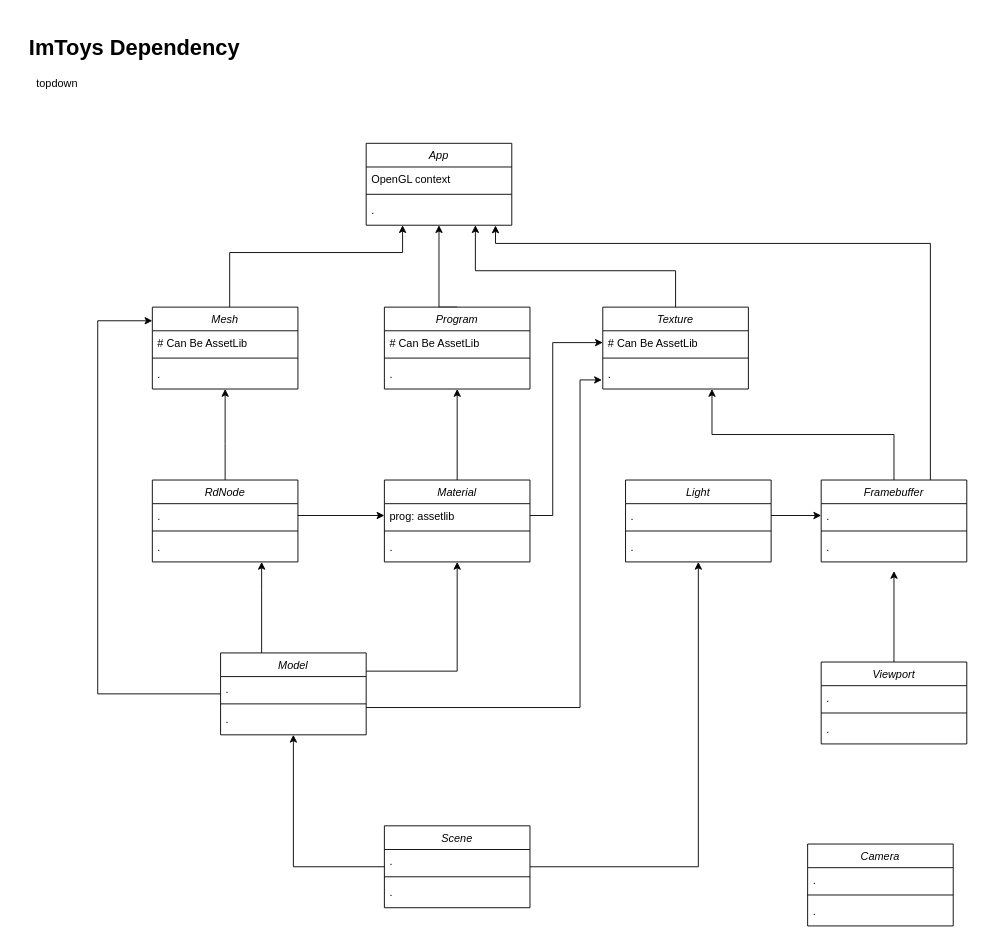
imdongye/imtoys keeps this draw.io diagram as page "Dependency" (1 of 3) of limbrary/diagram.drawio. Above is the earlier version. Source tidied: cells renumbered, new cells numbered last; positions are measured from the earlier drawing's top-left corner, leaving out a move shared by most shapes. Both pictures are drawn from the tidied source at 91%, with x=0, y=0 at pixel (15, 15).
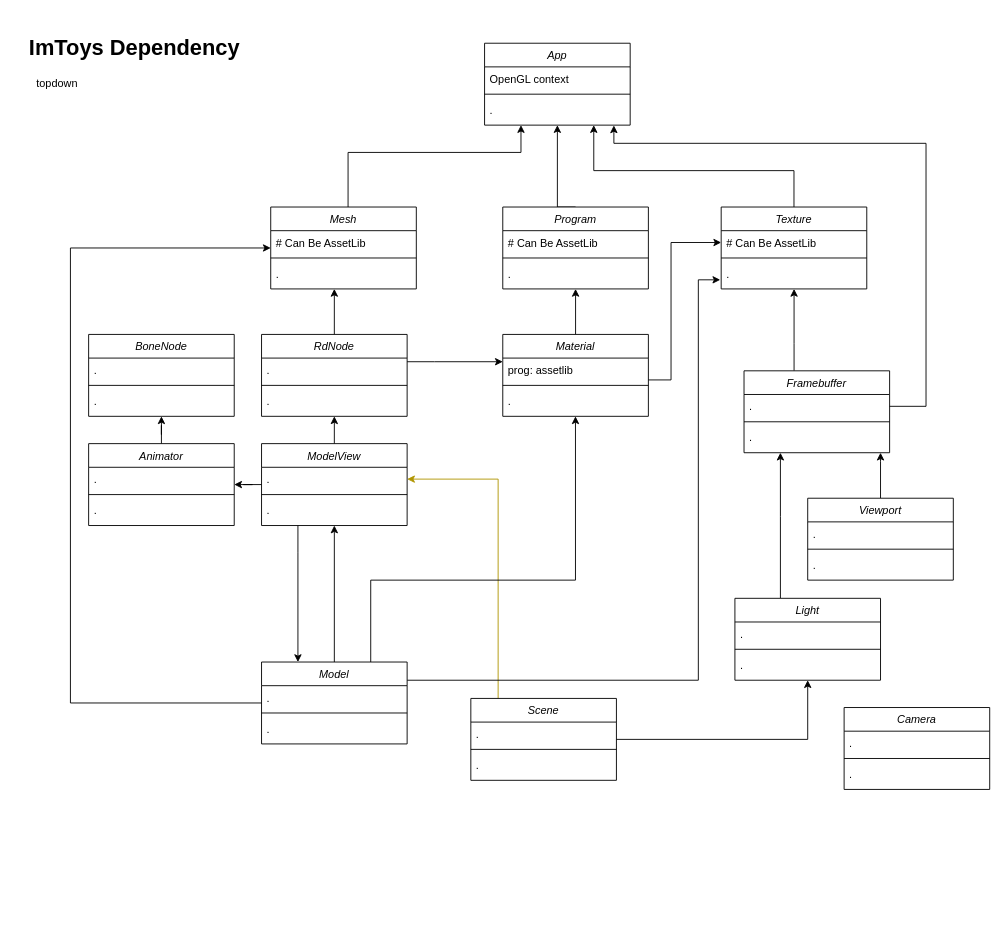
After the change.

The change refers to these unchanged cells:
```xml
<mxCell id="14" value="." style="text;align=left;verticalAlign=top;spacingLeft=4;spacingRight=4;overflow=hidden;points=[[0,0.5],[1,0.5]];portConstraint=eastwest;" parent="13" vertex="1">
  <mxGeometry y="26" width="160" height="26" as="geometry" />
</mxCell>
<mxCell id="19" value="# Can Be AssetLib" style="text;align=left;verticalAlign=top;spacingLeft=4;spacingRight=4;overflow=hidden;points=[[0,0.5],[1,0.5]];portConstraint=eastwest;" parent="18" vertex="1">
  <mxGeometry y="26" width="160" height="26" as="geometry" />
</mxCell>
<mxCell id="24" value="prog: assetlib" style="text;align=left;verticalAlign=top;spacingLeft=4;spacingRight=4;overflow=hidden;points=[[0,0.5],[1,0.5]];portConstraint=eastwest;" parent="23" vertex="1">
  <mxGeometry y="26" width="160" height="26" as="geometry" />
</mxCell>
<mxCell id="30" value="." style="text;align=left;verticalAlign=top;spacingLeft=4;spacingRight=4;overflow=hidden;points=[[0,0.5],[1,0.5]];portConstraint=eastwest;" parent="27" vertex="1">
  <mxGeometry y="60" width="160" height="26" as="geometry" />
</mxCell>
<mxCell id="32" value="." style="text;align=left;verticalAlign=top;spacingLeft=4;spacingRight=4;overflow=hidden;points=[[0,0.5],[1,0.5]];portConstraint=eastwest;" parent="31" vertex="1">
  <mxGeometry y="26" width="160" height="26" as="geometry" />
</mxCell>
<mxCell id="39" value="." style="text;align=left;verticalAlign=top;spacingLeft=4;spacingRight=4;overflow=hidden;points=[[0,0.5],[1,0.5]];portConstraint=eastwest;" parent="38" vertex="1">
  <mxGeometry y="26" width="160" height="26" as="geometry" />
</mxCell>
<mxCell id="41" value="." style="text;align=left;verticalAlign=top;spacingLeft=4;spacingRight=4;overflow=hidden;points=[[0,0.5],[1,0.5]];portConstraint=eastwest;" parent="38" vertex="1">
  <mxGeometry y="60" width="160" height="26" as="geometry" />
</mxCell>
<mxCell id="44" value="." style="text;align=left;verticalAlign=top;spacingLeft=4;spacingRight=4;overflow=hidden;points=[[0,0.5],[1,0.5]];portConstraint=eastwest;" parent="43" vertex="1">
  <mxGeometry y="26" width="160" height="26" as="geometry" />
</mxCell>
```

Diff of the diagram source:
```diff
@@
     <mxCell id="2" style="edgeStyle=orthogonalEdgeStyle;rounded=0;jettySize=auto;html=1;exitX=0.5;exitY=0;exitDx=0;exitDy=0;entryX=0.5;entryY=1;entryDx=0;entryDy=0;" parent="1" edge="1" source="3" target="27">
       <mxGeometry relative="1" as="geometry">
         <Array as="points">
-          <mxPoint x="464.9" y="320" />
+          <mxPoint x="595" y="210" />
         </Array>
       </mxGeometry>
     </mxCell>
     <mxCell id="3" value="Program" style="swimlane;fontStyle=2;align=center;verticalAlign=top;horizontal=1;startSize=26;rounded=0;shadow=0;strokeWidth=1;" parent="1" vertex="1">
-      <mxGeometry x="404.9" y="320" width="160" height="90" as="geometry" />
+      <mxGeometry x="535" y="210" width="160" height="90" as="geometry" />
     </mxCell>
@@
     <mxCell id="7" style="edgeStyle=orthogonalEdgeStyle;rounded=0;jettySize=auto;html=1;entryX=0.25;entryY=1;entryDx=0;entryDy=0;" parent="1" edge="1" source="8" target="27">
       <mxGeometry relative="1" as="geometry">
         <Array as="points">
-          <mxPoint x="234.9" y="260" />
-          <mxPoint x="424.9" y="260" />
+          <mxPoint x="365" y="150" />
+          <mxPoint x="555" y="150" />
         </Array>
       </mxGeometry>
     </mxCell>
     <mxCell id="8" value="Mesh" style="swimlane;fontStyle=2;align=center;verticalAlign=top;horizontal=1;startSize=26;rounded=0;shadow=0;strokeWidth=1;" parent="1" vertex="1">
-      <mxGeometry x="149.9" y="320" width="160" height="90" as="geometry" />
+      <mxGeometry x="280" y="210" width="160" height="90" as="geometry" />
     </mxCell>
@@
-    <mxCell id="12" style="edgeStyle=orthogonalEdgeStyle;rounded=0;jettySize=auto;html=1;exitX=0.5;exitY=0;exitDx=0;exitDy=0;entryX=0.75;entryY=1;entryDx=0;entryDy=0;" parent="1" edge="1" source="13" target="18">
-      <mxGeometry relative="1" as="geometry" />
+    <mxCell id="12" style="edgeStyle=orthogonalEdgeStyle;rounded=0;jettySize=auto;html=1;" parent="1" edge="1" source="13" target="18">
+      <mxGeometry relative="1" as="geometry">
+        <Array as="points">
+          <mxPoint x="855.1" y="360" />
+          <mxPoint x="855.1" y="360" />
+        </Array>
+      </mxGeometry>
     </mxCell>
     <mxCell id="13" value="Framebuffer" style="swimlane;fontStyle=2;align=center;verticalAlign=top;horizontal=1;startSize=26;rounded=0;shadow=0;strokeWidth=1;" parent="1" vertex="1">
-      <mxGeometry x="884.9" y="510" width="160" height="90" as="geometry" />
+      <mxGeometry x="800.1" y="390" width="160" height="90" as="geometry" />
     </mxCell>
@@
     <mxCell id="17" style="edgeStyle=orthogonalEdgeStyle;rounded=0;jettySize=auto;html=1;entryX=0.75;entryY=1;entryDx=0;entryDy=0;" parent="1" edge="1" source="18" target="27">
       <mxGeometry relative="1" as="geometry">
         <Array as="points">
-          <mxPoint x="724.9" y="280" />
-          <mxPoint x="504.9" y="280" />
+          <mxPoint x="855" y="170" />
+          <mxPoint x="635" y="170" />
         </Array>
       </mxGeometry>
     </mxCell>
     <mxCell id="18" value="Texture" style="swimlane;fontStyle=2;align=center;verticalAlign=top;horizontal=1;startSize=26;rounded=0;shadow=0;strokeWidth=1;" parent="1" vertex="1">
-      <mxGeometry x="644.9" y="320" width="160" height="90" as="geometry" />
+      <mxGeometry x="775" y="210" width="160" height="90" as="geometry" />
     </mxCell>
@@
     <mxCell id="23" value="Material" style="swimlane;fontStyle=2;align=center;verticalAlign=top;horizontal=1;startSize=26;rounded=0;shadow=0;strokeWidth=1;" parent="1" vertex="1">
-      <mxGeometry x="404.9" y="510" width="160" height="90" as="geometry" />
+      <mxGeometry x="535" y="350" width="160" height="90" as="geometry" />
     </mxCell>
@@
     <mxCell id="27" value="App" style="swimlane;fontStyle=2;align=center;verticalAlign=top;horizontal=1;startSize=26;rounded=0;shadow=0;strokeWidth=1;" parent="1" vertex="1">
-      <mxGeometry x="384.9" y="140" width="160" height="90" as="geometry" />
+      <mxGeometry x="515" y="30" width="160" height="90" as="geometry" />
     </mxCell>
@@
+    <mxCell id="69" style="edgeStyle=orthogonalEdgeStyle;rounded=0;jettySize=auto;html=1;" parent="1" edge="1" source="31" target="13">
+      <mxGeometry relative="1" as="geometry">
+        <Array as="points">
+          <mxPoint x="840.1" y="550" />
+          <mxPoint x="840.1" y="550" />
+        </Array>
+      </mxGeometry>
+    </mxCell>
     <mxCell id="31" value="Light" style="swimlane;fontStyle=2;align=center;verticalAlign=top;horizontal=1;startSize=26;rounded=0;shadow=0;strokeWidth=1;" parent="1" vertex="1">
-      <mxGeometry x="669.9" y="510" width="160" height="90" as="geometry" />
+      <mxGeometry x="790.1" y="640" width="160" height="90" as="geometry" />
     </mxCell>
@@
-    <mxCell id="35" style="edgeStyle=orthogonalEdgeStyle;rounded=0;jettySize=auto;html=1;entryX=0.5;entryY=1;entryDx=0;entryDy=0;" parent="1" edge="1" source="38" target="23">
-      <mxGeometry relative="1" as="geometry">
-        <Array as="points">
-          <mxPoint x="484.9" y="720" />
-        </Array>
-      </mxGeometry>
-    </mxCell>
-    <mxCell id="36" style="edgeStyle=orthogonalEdgeStyle;rounded=0;jettySize=auto;html=1;" parent="1" edge="1" source="38" target="8">
-      <mxGeometry relative="1" as="geometry">
-        <Array as="points">
-          <mxPoint x="89.9" y="745" />
-          <mxPoint x="89.9" y="335" />
-        </Array>
-      </mxGeometry>
-    </mxCell>
     <mxCell id="37" style="edgeStyle=orthogonalEdgeStyle;rounded=0;jettySize=auto;html=1;" parent="1" edge="1" source="38" target="43">
       <mxGeometry relative="1" as="geometry">
         <Array as="points">
-          <mxPoint x="270" y="630" />
-          <mxPoint x="270" y="630" />
+          <mxPoint x="400.1" y="520" />
+          <mxPoint x="400.1" y="520" />
         </Array>
       </mxGeometry>
     </mxCell>
+    <mxCell id="70" style="edgeStyle=orthogonalEdgeStyle;rounded=0;jettySize=auto;html=1;exitX=0.25;exitY=1;exitDx=0;exitDy=0;" parent="1" edge="1" source="38" target="77">
+      <mxGeometry relative="1" as="geometry">
+        <Array as="points">
+          <mxPoint x="309.9" y="590" />
+          <mxPoint x="309.9" y="590" />
+        </Array>
+      </mxGeometry>
+    </mxCell>
+    <mxCell id="71" style="edgeStyle=orthogonalEdgeStyle;rounded=0;jettySize=auto;html=1;" parent="1" edge="1" source="38" target="83">
+      <mxGeometry relative="1" as="geometry" />
+    </mxCell>
-    <mxCell id="38" value="Model" style="swimlane;fontStyle=2;align=center;verticalAlign=top;horizontal=1;startSize=26;rounded=0;shadow=0;strokeWidth=1;" parent="1" vertex="1">
-      <mxGeometry x="224.9" y="700" width="160" height="90" as="geometry" />
+    <mxCell id="38" value="ModelView" style="swimlane;fontStyle=2;align=center;verticalAlign=top;horizontal=1;startSize=26;rounded=0;shadow=0;strokeWidth=1;" parent="1" vertex="1">
+      <mxGeometry x="269.9" y="470" width="160" height="90" as="geometry" />
     </mxCell>
@@
     <mxCell id="42" style="edgeStyle=orthogonalEdgeStyle;rounded=0;jettySize=auto;html=1;" parent="1" edge="1" source="43" target="8">
       <mxGeometry relative="1" as="geometry">
         <Array as="points">
-          <mxPoint x="229.9" y="470" />
-          <mxPoint x="229.9" y="470" />
+          <mxPoint x="360" y="360" />
+          <mxPoint x="360" y="360" />
         </Array>
       </mxGeometry>
     </mxCell>
     <mxCell id="43" value="RdNode" style="swimlane;fontStyle=2;align=center;verticalAlign=top;horizontal=1;startSize=26;rounded=0;shadow=0;strokeWidth=1;" parent="1" vertex="1">
-      <mxGeometry x="149.9" y="510" width="160" height="90" as="geometry" />
+      <mxGeometry x="269.9" y="350" width="160" height="90" as="geometry" />
     </mxCell>
@@
-    <mxCell id="47" style="edgeStyle=orthogonalEdgeStyle;rounded=0;jettySize=auto;html=1;" parent="1" edge="1" source="48">
-      <mxGeometry relative="1" as="geometry">
-        <mxPoint x="964.9" y="610" as="targetPoint" />
-      </mxGeometry>
-    </mxCell>
+    <mxCell id="72" style="edgeStyle=orthogonalEdgeStyle;rounded=0;jettySize=auto;html=1;" parent="1" edge="1" source="48" target="13">
+      <mxGeometry relative="1" as="geometry">
+        <Array as="points">
+          <mxPoint x="950.1" y="490" />
+          <mxPoint x="950.1" y="490" />
+        </Array>
+      </mxGeometry>
+    </mxCell>
     <mxCell id="48" value="Viewport" style="swimlane;fontStyle=2;align=center;verticalAlign=top;horizontal=1;startSize=26;rounded=0;shadow=0;strokeWidth=1;" parent="1" vertex="1">
-      <mxGeometry x="884.9" y="710" width="160" height="90" as="geometry" />
+      <mxGeometry x="870.1" y="530" width="160" height="90" as="geometry" />
     </mxCell>
@@
-    <mxCell id="52" style="edgeStyle=orthogonalEdgeStyle;rounded=0;jettySize=auto;html=1;entryX=0.5;entryY=1;entryDx=0;entryDy=0;" parent="1" edge="1" source="54" target="38">
-      <mxGeometry relative="1" as="geometry" />
-    </mxCell>
@@
+    <mxCell id="73" style="edgeStyle=orthogonalEdgeStyle;rounded=0;jettySize=auto;html=1;entryX=1;entryY=0.5;entryDx=0;entryDy=0;fillColor=#e3c800;strokeColor=#B09500;" parent="1" edge="1" source="54" target="39">
+      <mxGeometry relative="1" as="geometry">
+        <Array as="points">
+          <mxPoint x="529.9" y="509" />
+        </Array>
+      </mxGeometry>
+    </mxCell>
     <mxCell id="54" value="Scene" style="swimlane;fontStyle=2;align=center;verticalAlign=top;horizontal=1;startSize=26;rounded=0;shadow=0;strokeWidth=1;" parent="1" vertex="1">
-      <mxGeometry x="404.9" y="890" width="160" height="90" as="geometry" />
+      <mxGeometry x="499.9" y="750" width="160" height="90" as="geometry" />
     </mxCell>
@@
-    <mxCell id="58" style="edgeStyle=orthogonalEdgeStyle;rounded=0;jettySize=auto;html=1;" parent="1" edge="1" source="44">
-      <mxGeometry relative="1" as="geometry">
-        <mxPoint x="404.9" y="549" as="targetPoint" />
-        <Array as="points">
-          <mxPoint x="401.9" y="549" />
-        </Array>
-      </mxGeometry>
-    </mxCell>
     <mxCell id="59" value="Camera" style="swimlane;fontStyle=2;align=center;verticalAlign=top;horizontal=1;startSize=26;rounded=0;shadow=0;strokeWidth=1;" parent="1" vertex="1">
-      <mxGeometry x="870" y="910" width="160" height="90" as="geometry" />
+      <mxGeometry x="910.1" y="760" width="160" height="90" as="geometry" />
     </mxCell>
@@
-    <mxCell id="63" style="edgeStyle=orthogonalEdgeStyle;rounded=0;jettySize=auto;html=1;exitX=0.75;exitY=0;exitDx=0;exitDy=0;entryX=0.888;entryY=1.165;entryDx=0;entryDy=0;entryPerimeter=0;" parent="1" edge="1" source="13" target="30">
+    <mxCell id="63" style="edgeStyle=orthogonalEdgeStyle;rounded=0;jettySize=auto;html=1;exitX=1;exitY=0.5;exitDx=0;exitDy=0;entryX=0.888;entryY=1.165;entryDx=0;entryDy=0;entryPerimeter=0;" parent="1" edge="1" source="14" target="30">
       <mxGeometry relative="1" as="geometry">
         <Array as="points">
-          <mxPoint x="1004.9" y="250" />
-          <mxPoint x="526.9" y="250" />
+          <mxPoint x="1000.1" y="429" />
+          <mxPoint x="1000.1" y="140" />
+          <mxPoint x="657.1" y="140" />
         </Array>
       </mxGeometry>
     </mxCell>
-    <mxCell id="64" style="edgeStyle=orthogonalEdgeStyle;rounded=0;jettySize=auto;html=1;" parent="1" edge="1" source="41">
+    <mxCell id="64" style="edgeStyle=orthogonalEdgeStyle;rounded=0;jettySize=auto;html=1;" parent="1" edge="1" source="77">
       <mxGeometry relative="1" as="geometry">
-        <mxPoint x="643.9" y="400" as="targetPoint" />
+        <mxPoint x="774" y="290" as="targetPoint" />
         <Array as="points">
-          <mxPoint x="619.9" y="760" />
-          <mxPoint x="619.9" y="400" />
-          <mxPoint x="643.9" y="400" />
+          <mxPoint x="749.9" y="730" />
+          <mxPoint x="749.9" y="290" />
         </Array>
       </mxGeometry>
     </mxCell>
-    <mxCell id="65" style="edgeStyle=orthogonalEdgeStyle;rounded=0;jettySize=auto;html=1;entryX=0;entryY=0.5;entryDx=0;entryDy=0;" parent="1" edge="1" source="32" target="14">
-      <mxGeometry relative="1" as="geometry" />
-    </mxCell>
@@
     <mxCell id="67" style="edgeStyle=orthogonalEdgeStyle;rounded=0;jettySize=auto;html=1;entryX=0;entryY=0.5;entryDx=0;entryDy=0;" parent="1" edge="1" source="24" target="19">
       <mxGeometry relative="1" as="geometry">
         <Array as="points">
-          <mxPoint x="589.9" y="549" />
-          <mxPoint x="589.9" y="359" />
+          <mxPoint x="719.9" y="400" />
+          <mxPoint x="719.9" y="249" />
         </Array>
       </mxGeometry>
     </mxCell>
@@
+    <mxCell id="74" style="edgeStyle=orthogonalEdgeStyle;rounded=0;jettySize=auto;html=1;" parent="1" edge="1" source="77" target="38">
+      <mxGeometry relative="1" as="geometry" />
+    </mxCell>
+    <mxCell id="75" style="edgeStyle=orthogonalEdgeStyle;rounded=0;jettySize=auto;html=1;" parent="1" edge="1" source="77" target="8">
+      <mxGeometry relative="1" as="geometry">
+        <Array as="points">
+          <mxPoint x="59.9" y="755" />
+          <mxPoint x="59.9" y="255" />
+        </Array>
+      </mxGeometry>
+    </mxCell>
+    <mxCell id="76" style="edgeStyle=orthogonalEdgeStyle;rounded=0;jettySize=auto;html=1;" parent="1" edge="1" source="77" target="23">
+      <mxGeometry relative="1" as="geometry">
+        <Array as="points">
+          <mxPoint x="389.9" y="620" />
+          <mxPoint x="614.9" y="620" />
+        </Array>
+      </mxGeometry>
+    </mxCell>
+    <mxCell id="77" value="Model" style="swimlane;fontStyle=2;align=center;verticalAlign=top;horizontal=1;startSize=26;rounded=0;shadow=0;strokeWidth=1;" parent="1" vertex="1">
+      <mxGeometry x="269.9" y="710" width="160" height="90" as="geometry" />
+    </mxCell>
+    <mxCell id="78" value="." style="text;align=left;verticalAlign=top;spacingLeft=4;spacingRight=4;overflow=hidden;" parent="77" vertex="1">
+      <mxGeometry y="26" width="160" height="26" as="geometry" />
+    </mxCell>
+    <mxCell id="79" style="line;html=1;strokeWidth=1;align=left;verticalAlign=middle;spacingTop=-1;spacingLeft=3;spacingRight=3;labelPosition=right;" parent="77" vertex="1">
+      <mxGeometry y="52" width="160" height="8" as="geometry" />
+    </mxCell>
+    <mxCell id="80" value="." style="text;align=left;verticalAlign=top;spacingLeft=4;spacingRight=4;overflow=hidden;" parent="77" vertex="1">
+      <mxGeometry y="60" width="160" height="26" as="geometry" />
+    </mxCell>
+    <mxCell id="81" style="edgeStyle=orthogonalEdgeStyle;rounded=0;jettySize=auto;html=1;" parent="1" edge="1" source="44" target="23">
+      <mxGeometry relative="1" as="geometry">
+        <Array as="points">
+          <mxPoint x="459.9" y="380" />
+          <mxPoint x="459.9" y="380" />
+        </Array>
+      </mxGeometry>
+    </mxCell>
+    <mxCell id="82" style="edgeStyle=orthogonalEdgeStyle;rounded=0;jettySize=auto;html=1;" parent="1" edge="1" source="83" target="87">
+      <mxGeometry relative="1" as="geometry" />
+    </mxCell>
+    <mxCell id="83" value="Animator" style="swimlane;fontStyle=2;align=center;verticalAlign=top;horizontal=1;startSize=26;rounded=0;shadow=0;strokeWidth=1;" parent="1" vertex="1">
+      <mxGeometry x="79.9" y="470" width="160" height="90" as="geometry" />
+    </mxCell>
+    <mxCell id="84" value="." style="text;align=left;verticalAlign=top;spacingLeft=4;spacingRight=4;overflow=hidden;" parent="83" vertex="1">
+      <mxGeometry y="26" width="160" height="26" as="geometry" />
+    </mxCell>
+    <mxCell id="85" style="line;html=1;strokeWidth=1;align=left;verticalAlign=middle;spacingTop=-1;spacingLeft=3;spacingRight=3;labelPosition=right;" parent="83" vertex="1">
+      <mxGeometry y="52" width="160" height="8" as="geometry" />
+    </mxCell>
+    <mxCell id="86" value="." style="text;align=left;verticalAlign=top;spacingLeft=4;spacingRight=4;overflow=hidden;" parent="83" vertex="1">
+      <mxGeometry y="60" width="160" height="26" as="geometry" />
+    </mxCell>
+    <mxCell id="87" value="BoneNode" style="swimlane;fontStyle=2;align=center;verticalAlign=top;horizontal=1;startSize=26;rounded=0;shadow=0;strokeWidth=1;" parent="1" vertex="1">
+      <mxGeometry x="79.9" y="350" width="160" height="90" as="geometry" />
+    </mxCell>
+    <mxCell id="88" value="." style="text;align=left;verticalAlign=top;spacingLeft=4;spacingRight=4;overflow=hidden;" parent="87" vertex="1">
+      <mxGeometry y="26" width="160" height="26" as="geometry" />
+    </mxCell>
+    <mxCell id="89" style="line;html=1;strokeWidth=1;align=left;verticalAlign=middle;spacingTop=-1;spacingLeft=3;spacingRight=3;labelPosition=right;" parent="87" vertex="1">
+      <mxGeometry y="52" width="160" height="8" as="geometry" />
+    </mxCell>
+    <mxCell id="90" value="." style="text;align=left;verticalAlign=top;spacingLeft=4;spacingRight=4;overflow=hidden;" parent="87" vertex="1">
+      <mxGeometry y="60" width="160" height="26" as="geometry" />
+    </mxCell>
```
